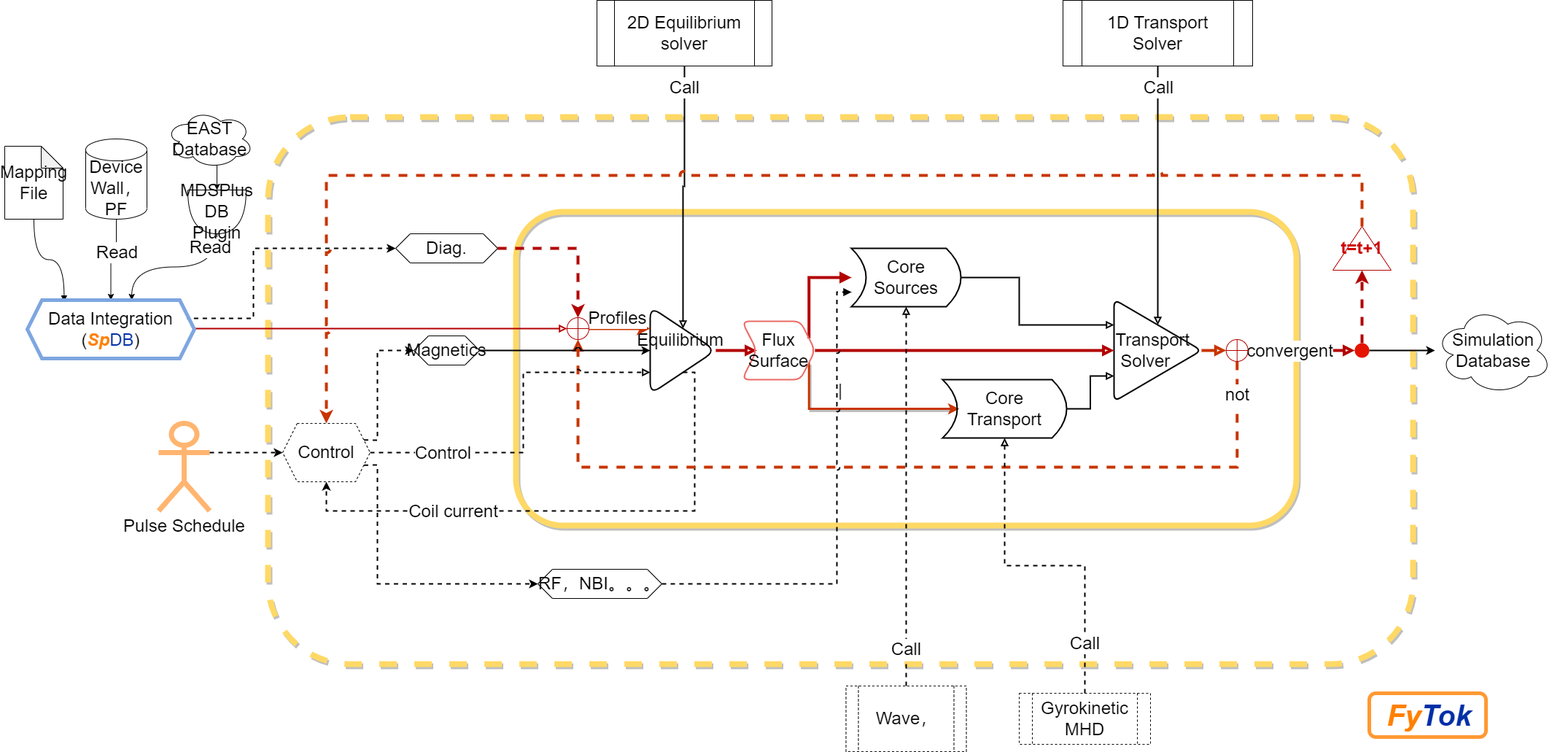
This is tutorial/figures/FyTok_en.png from fusion-yun/fytok_tutorial, a draw.io export, as it was before one commit. Source tidied: cells renumbered, new cells last; positions are measured from the earlier drawing's top-left corner, leaving out a move shared by most shapes.
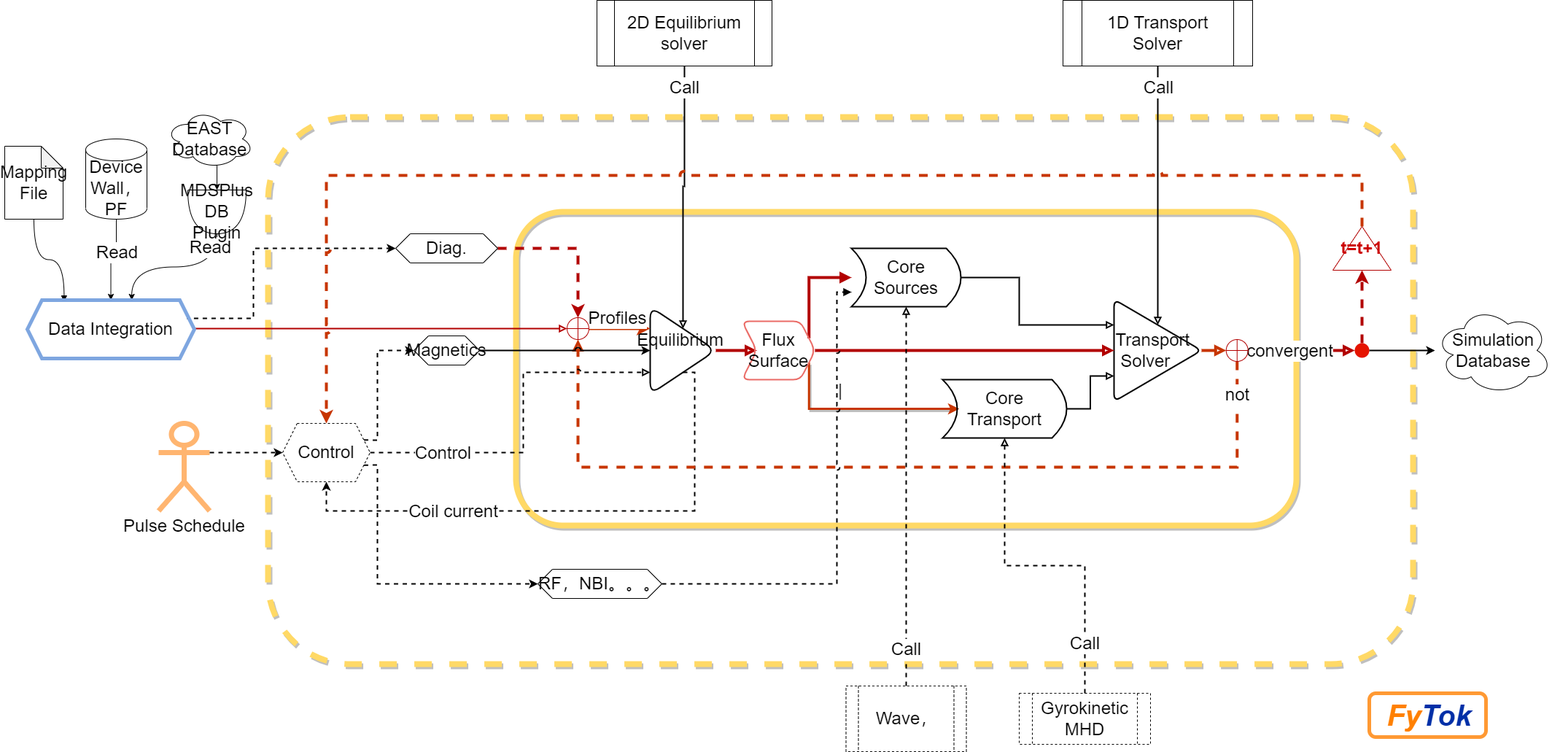
After the change.

Change to the diagram source:
```diff
@@ -63,7 +63,7 @@
         </Array>
       </mxGeometry>
     </mxCell>
-    <mxCell id="16" value="&lt;span style=&quot;font-size: 24px;&quot;&gt;Data Integration&lt;br style=&quot;font-size: 24px;&quot;&gt;(&lt;i style=&quot;font-size: 24px;&quot;&gt;&lt;b style=&quot;font-size: 24px;&quot;&gt;&lt;font color=&quot;#ff8000&quot; style=&quot;font-size: 24px;&quot;&gt;Sp&lt;/font&gt;&lt;/b&gt;&lt;/i&gt;&lt;font color=&quot;#002fa7&quot; style=&quot;font-size: 24px;&quot;&gt;DB&lt;/font&gt;)&lt;br style=&quot;font-size: 24px;&quot;&gt;&lt;/span&gt;" style="shape=hexagon;perimeter=hexagonPerimeter2;whiteSpace=wrap;html=1;fixedSize=1;fillColor=none;strokeColor=#7EA6E0;strokeWidth=5;fontSize=24;" parent="1" vertex="1">
+    <mxCell id="16" value="&lt;span style=&quot;font-size: 24px;&quot;&gt;Data Integration&lt;br style=&quot;font-size: 24px;&quot;&gt;&lt;/span&gt;" style="shape=hexagon;perimeter=hexagonPerimeter2;whiteSpace=wrap;html=1;fixedSize=1;fillColor=none;strokeColor=#7EA6E0;strokeWidth=5;fontSize=24;" parent="1" vertex="1">
       <mxGeometry x="31" y="411" width="229" height="80" as="geometry" />
     </mxCell>
     <mxCell id="17" style="edgeStyle=orthogonalEdgeStyle;rounded=0;jettySize=auto;html=1;exitX=1;exitY=0.5;exitDx=0;exitDy=0;entryX=0;entryY=0.5;entryDx=0;entryDy=0;endArrow=block;endFill=0;strokeWidth=4;fillColor=#e51400;strokeColor=#B20000;fontSize=24;" parent="1" edge="1" source="20" target="27">
```
